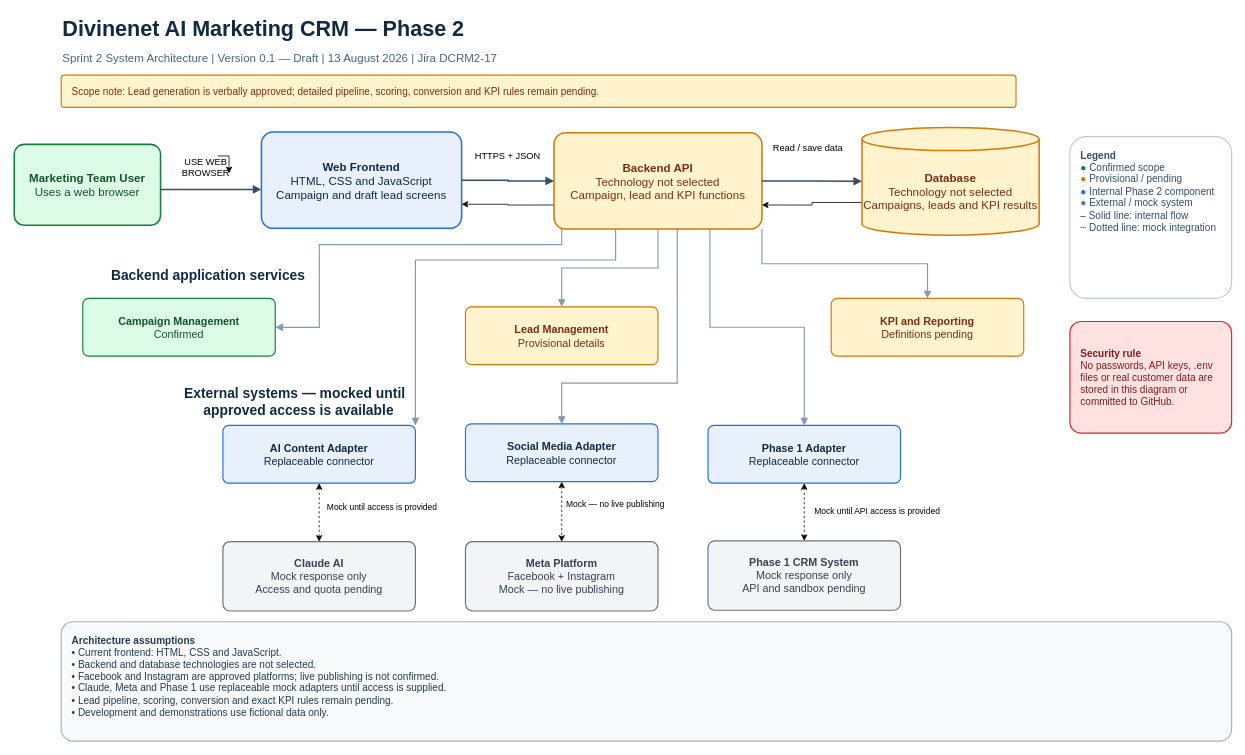
The draw.io diagram DCRM2-17_Sprint2_System_Architecture_v0.1.drawio in SheebaZaim2/crm-project, before the edit. Source tidied: cells renumbered, new cells numbered last; positions are measured from the earlier drawing's top-left corner, leaving out a move shared by most shapes. Both pictures are drawn from the tidied source at 77%, with x=0, y=0 at pixel (14, 13).
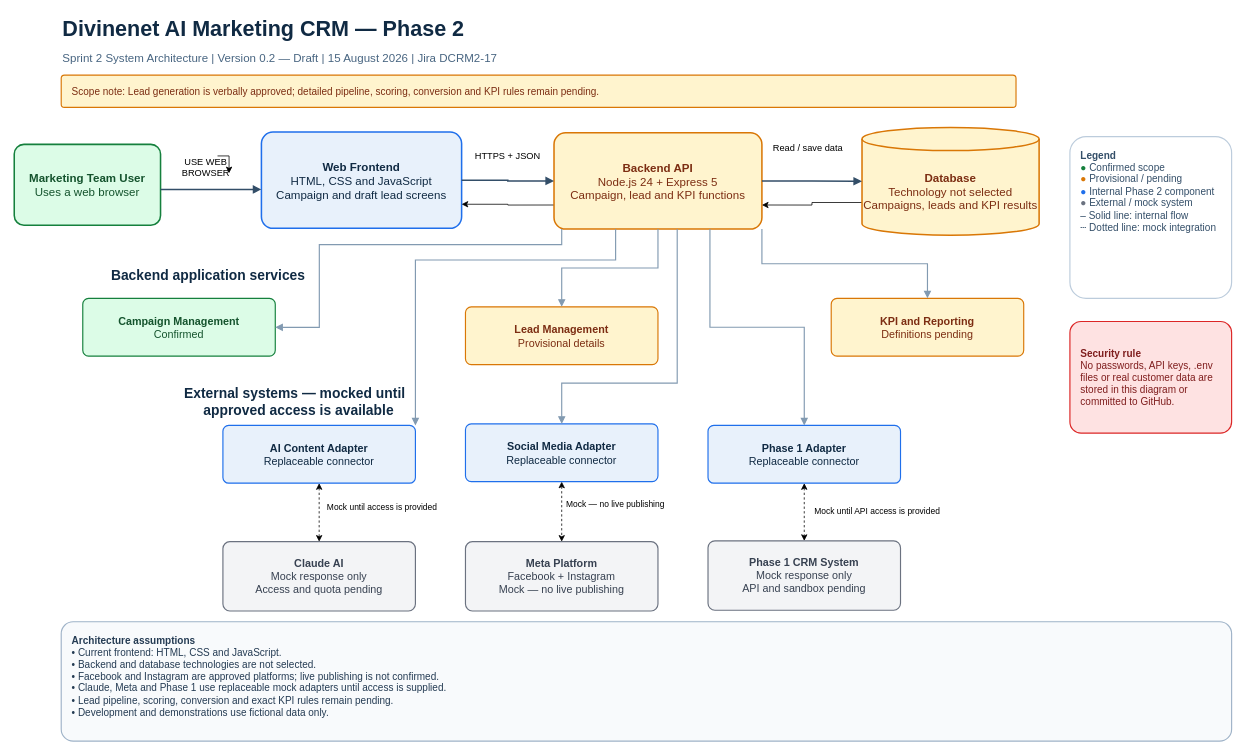
Above is the later version.

Change to the diagram source:
```diff
@@
-    <mxCell id="3" value="Sprint 2 System Architecture | Version 0.1 — Draft | 13 August 2026 | Jira DCRM2-17" style="text;html=1;strokeColor=none;fillColor=none;align=left;verticalAlign=middle;whiteSpace=wrap;rounded=0;fontSize=15;fontColor=#486581;" parent="1" vertex="1">
+    <mxCell id="3" value="Sprint 2 System Architecture | Version 0.2 — Draft | 15 August 2026 | Jira DCRM2-17" style="text;html=1;strokeColor=none;fillColor=none;align=left;verticalAlign=middle;whiteSpace=wrap;rounded=0;fontSize=15;fontColor=#486581;" parent="1" vertex="1">
       <mxGeometry x="61" y="42" width="1100" height="30" as="geometry" />
     </mxCell>
@@
-    <mxCell id="8" value="&lt;b&gt;Backend API&lt;/b&gt;&lt;br&gt;Technology not selected&lt;br&gt;Campaign, lead and KPI functions" style="rounded=1;whiteSpace=wrap;html=1;arcSize=12;fillColor=#FFF4CE;strokeColor=#D97706;fontColor=#7C2D12;fontSize=15;strokeWidth=2;" parent="1" vertex="1">
+    <mxCell id="8" value="&lt;b&gt;Backend API&lt;/b&gt;&lt;br&gt;Node.js 24 + Express 5&lt;br&gt;Campaign, lead and KPI functions" style="rounded=1;whiteSpace=wrap;html=1;arcSize=12;fillColor=#FFF4CE;strokeColor=#D97706;fontColor=#7C2D12;fontSize=15;strokeWidth=2;" parent="1" vertex="1">
       <mxGeometry x="701" y="155" width="270" height="125" as="geometry" />
     </mxCell>
```
